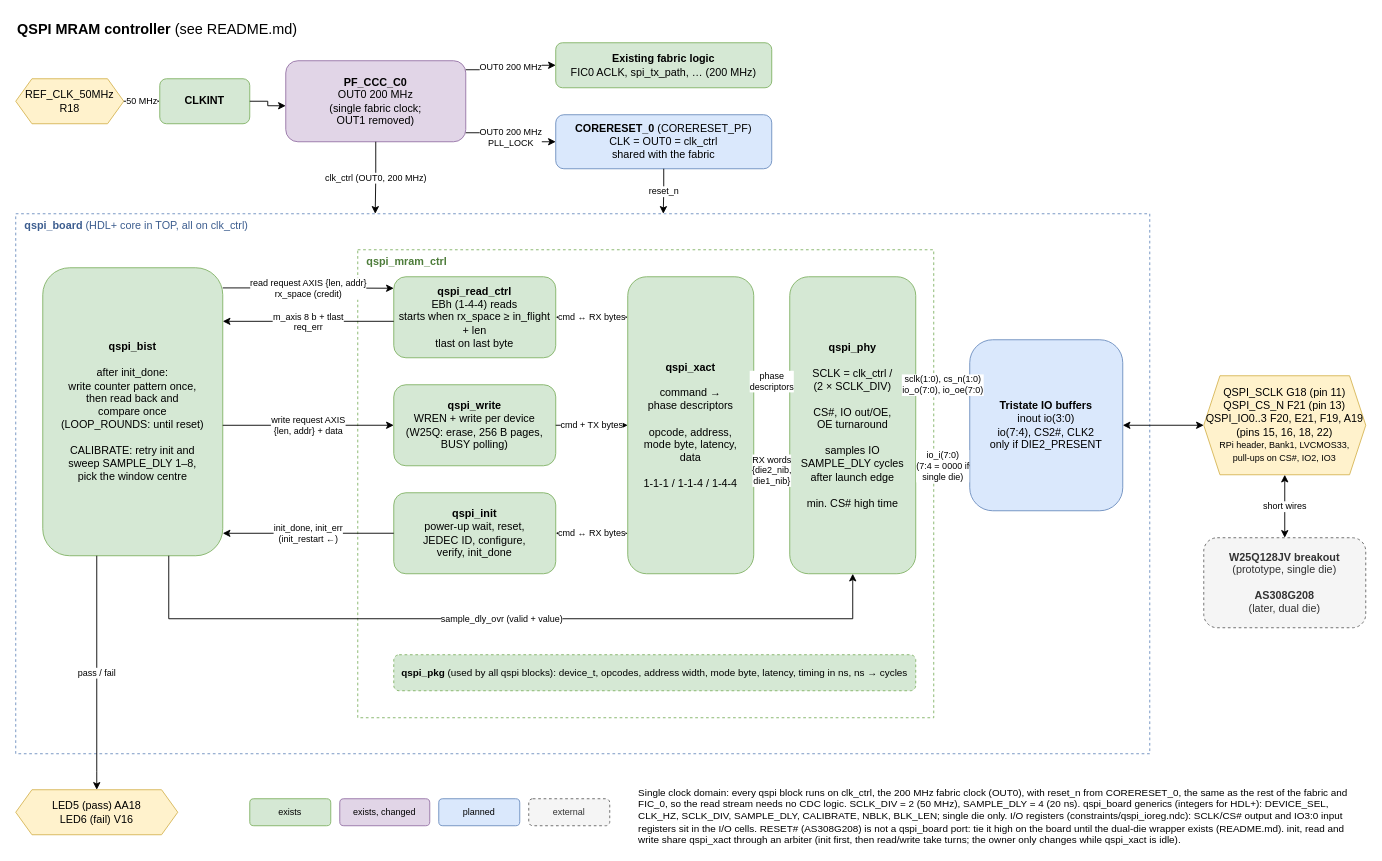
jenswilly/polarfire_simple keeps this draw.io diagram as documentation/qspi_controller.drawio. Above is the earlier version. Source tidied: cells renumbered, new cells numbered last; positions are measured from the earlier drawing's top-left corner, leaving out a move shared by most shapes. Both pictures are drawn from the tidied source at 90%, with x=0, y=0 at pixel (15, 15).
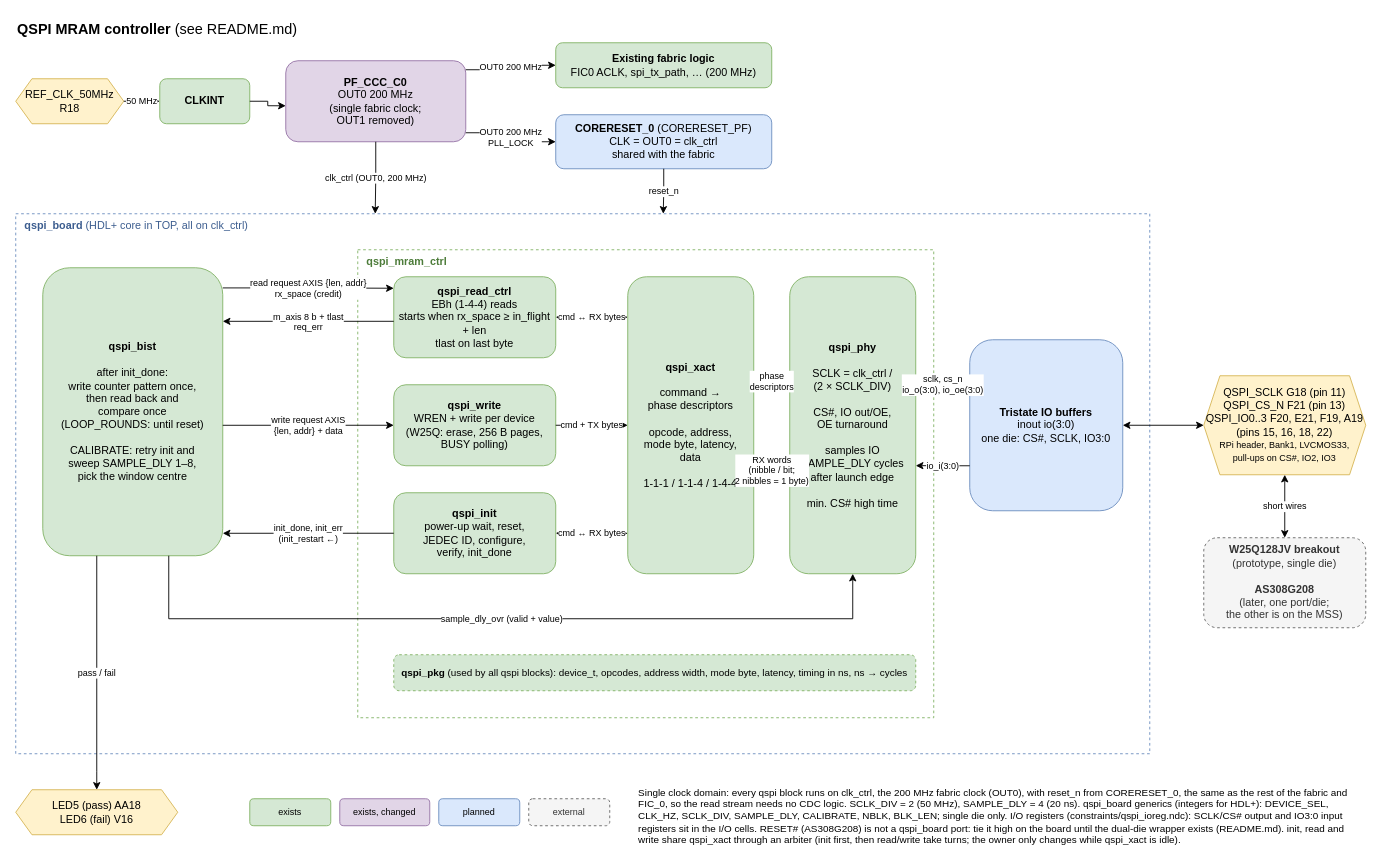
The same page after the edit.

Unchanged cells that the change refers to:
```xml
<mxCell id="20" value="&lt;b&gt;qspi_xact&lt;/b&gt;&lt;br&gt;&lt;br&gt;command →&lt;br&gt;phase descriptors&lt;br&gt;&lt;br&gt;opcode, address,&lt;br&gt;mode byte, latency,&lt;br&gt;data&lt;br&gt;&lt;br&gt;1-1-1 / 1-1-4 / 1-4-4" style="rounded=1;whiteSpace=wrap;html=1;fillColor=#d5e8d4;strokeColor=#82b366;" parent="1" vertex="1">
  <mxGeometry x="680" y="290" width="140" height="330" as="geometry" />
</mxCell>
<mxCell id="21" value="&lt;b&gt;qspi_phy&lt;/b&gt;&lt;br&gt;&lt;br&gt;SCLK = clk_ctrl /&lt;br&gt;(2 × SCLK_DIV)&lt;br&gt;&lt;br&gt;CS#, IO out/OE,&lt;br&gt;OE turnaround&lt;br&gt;&lt;br&gt;samples IO&lt;br&gt;SAMPLE_DLY cycles&lt;br&gt;after launch edge&lt;br&gt;&lt;br&gt;min. CS# high time" style="rounded=1;whiteSpace=wrap;html=1;fillColor=#d5e8d4;strokeColor=#82b366;" parent="1" vertex="1">
  <mxGeometry x="860" y="290" width="140" height="330" as="geometry" />
</mxCell>
```

Change to the diagram source:
```diff
@@
-    <mxCell id="23" value="&lt;b&gt;Tristate IO buffers&lt;/b&gt;&lt;br&gt;inout io(3:0)&lt;br&gt;io(7:4), CS2#, CLK2&lt;br&gt;only if DIE2_PRESENT" style="rounded=1;whiteSpace=wrap;html=1;fillColor=#dae8fc;strokeColor=#6c8ebf;" parent="1" vertex="1">
+    <mxCell id="23" value="&lt;b&gt;Tristate IO buffers&lt;/b&gt;&lt;br&gt;inout io(3:0)&lt;br&gt;one die: CS#, SCLK, IO3:0" style="rounded=1;whiteSpace=wrap;html=1;fillColor=#dae8fc;strokeColor=#6c8ebf;" parent="1" vertex="1">
       <mxGeometry x="1060" y="360" width="170" height="190" as="geometry" />
     </mxCell>
@@
-    <mxCell id="25" value="&lt;b&gt;W25Q128JV breakout&lt;/b&gt;&lt;br&gt;(prototype, single die)&lt;br&gt;&lt;br&gt;&lt;b&gt;AS308G208&lt;/b&gt;&lt;br&gt;(later, dual die)" style="rounded=1;whiteSpace=wrap;html=1;fillColor=#f5f5f5;strokeColor=#666666;fontColor=#333333;dashed=1;" parent="1" vertex="1">
+    <mxCell id="25" value="&lt;b&gt;W25Q128JV breakout&lt;/b&gt;&lt;br&gt;(prototype, single die)&lt;br&gt;&lt;br&gt;&lt;b&gt;AS308G208&lt;/b&gt;&lt;br&gt;(later, one port/die;&lt;br&gt;the other is on the MSS)" style="rounded=1;whiteSpace=wrap;html=1;fillColor=#f5f5f5;strokeColor=#666666;fontColor=#333333;dashed=1;" parent="1" vertex="1">
       <mxGeometry x="1320" y="580" width="180" height="100" as="geometry" />
     </mxCell>
@@
-    <mxCell id="37" value="RX words&lt;br&gt;{die2_nib,&lt;br&gt;die1_nib}" style="edgeStyle=orthogonalEdgeStyle;rounded=0;html=1;fontSize=10;exitX=0;exitY=0.65;exitDx=0;exitDy=0;entryX=1;entryY=0.65;entryDx=0;entryDy=0;" parent="1" edge="1" source="21" target="20">
+    <mxCell id="37" value="RX words&lt;br&gt;(nibble / bit;&lt;br&gt;2 nibbles = 1 byte)" style="edgeStyle=orthogonalEdgeStyle;rounded=0;html=1;fontSize=10;exitX=0;exitY=0.65;exitDx=0;exitDy=0;entryX=1;entryY=0.65;entryDx=0;entryDy=0;" parent="1" edge="1" source="21" target="20">
       <mxGeometry relative="1" as="geometry" />
     </mxCell>
-    <mxCell id="38" value="sclk(1:0), cs_n(1:0)&lt;br&gt;io_o(7:0), io_oe(7:0)" style="edgeStyle=orthogonalEdgeStyle;rounded=0;html=1;fontSize=10;exitX=1;exitY=0.364;exitDx=0;exitDy=0;entryX=0;entryY=0.263;entryDx=0;entryDy=0;" parent="1" edge="1" source="21" target="23">
+    <mxCell id="38" value="sclk, cs_n&lt;br&gt;io_o(3:0), io_oe(3:0)" style="edgeStyle=orthogonalEdgeStyle;rounded=0;html=1;fontSize=10;exitX=1;exitY=0.364;exitDx=0;exitDy=0;entryX=0;entryY=0.263;entryDx=0;entryDy=0;" parent="1" edge="1" source="21" target="23">
       <mxGeometry relative="1" as="geometry" />
     </mxCell>
-    <mxCell id="39" value="io_i(7:0)&lt;br&gt;(7:4 = 0000 if&lt;br&gt;single die)" style="edgeStyle=orthogonalEdgeStyle;rounded=0;html=1;fontSize=10;exitX=0;exitY=0.737;exitDx=0;exitDy=0;entryX=1;entryY=0.636;entryDx=0;entryDy=0;" parent="1" edge="1" source="23" target="21">
+    <mxCell id="39" value="io_i(3:0)" style="edgeStyle=orthogonalEdgeStyle;rounded=0;html=1;fontSize=10;exitX=0;exitY=0.737;exitDx=0;exitDy=0;entryX=1;entryY=0.636;entryDx=0;entryDy=0;" parent="1" edge="1" source="23" target="21">
       <mxGeometry relative="1" as="geometry" />
     </mxCell>
```
